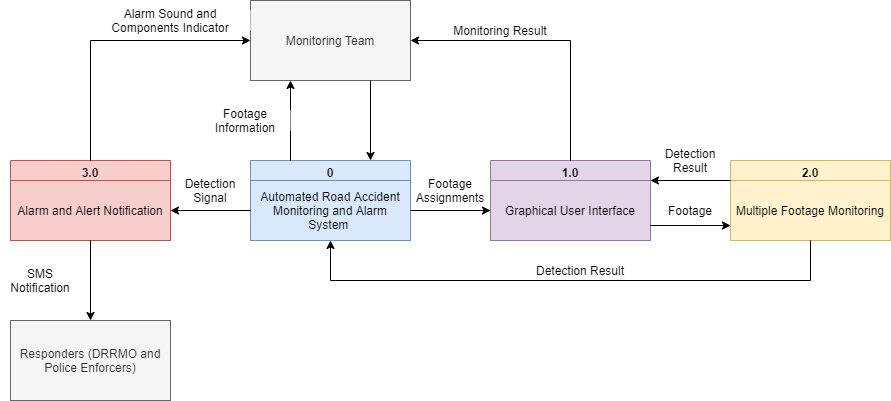
Before: DrawIO/dfd-level 0.png, a diagram exported from draw.io (russellcaragay/PD-Files). Source tidied: cells renumbered, new cells last; positions are measured from the earlier drawing's top-left corner, leaving out a move shared by most shapes. The source it was exported from:
```xml
<mxGraphModel>
  <root>
    <mxCell id="0" />
    <mxCell id="1" parent="0" />
    <mxCell id="2" value="0" style="swimlane;fillColor=#dae8fc;strokeColor=#6c8ebf;" parent="1" vertex="1">
      <mxGeometry x="250" y="160" width="160" height="80" as="geometry" />
    </mxCell>
    <mxCell id="3" value="Automated Road Accident Monitoring and Alarm System&amp;nbsp;" style="text;html=1;strokeColor=#6c8ebf;fillColor=#dae8fc;align=center;verticalAlign=middle;whiteSpace=wrap;rounded=0;" parent="2" vertex="1">
      <mxGeometry y="20" width="160" height="60" as="geometry" />
    </mxCell>
    <mxCell id="4" value="Monitoring Team" style="rounded=0;whiteSpace=wrap;html=1;fillColor=#f5f5f5;strokeColor=#666666;fontColor=#333333;" parent="1" vertex="1">
      <mxGeometry x="250" width="160" height="80" as="geometry" />
    </mxCell>
    <mxCell id="5" value="1.0" style="swimlane;fillColor=#e1d5e7;strokeColor=#9673a6;" parent="1" vertex="1">
      <mxGeometry x="490" y="160" width="160" height="80" as="geometry" />
    </mxCell>
    <mxCell id="6" value="Graphical User Interface" style="text;html=1;strokeColor=#9673a6;fillColor=#e1d5e7;align=center;verticalAlign=middle;whiteSpace=wrap;rounded=0;" parent="5" vertex="1">
      <mxGeometry y="20" width="160" height="60" as="geometry" />
    </mxCell>
    <mxCell id="7" value="2.0" style="swimlane;fillColor=#fff2cc;strokeColor=#d6b656;" parent="1" vertex="1">
      <mxGeometry x="730" y="160" width="160" height="80" as="geometry" />
    </mxCell>
    <mxCell id="8" value="Multiple Footage Monitoring" style="text;html=1;strokeColor=#d6b656;fillColor=#fff2cc;align=center;verticalAlign=middle;whiteSpace=wrap;rounded=0;" parent="7" vertex="1">
      <mxGeometry y="20" width="160" height="60" as="geometry" />
    </mxCell>
    <mxCell id="9" style="endArrow=classic;html=1;entryX=0.25;entryY=1;entryDx=0;entryDy=0;exitX=0.25;exitY=0;exitDx=0;exitDy=0;" parent="1" edge="1" source="2" target="4">
      <mxGeometry relative="1" as="geometry" />
    </mxCell>
    <mxCell id="10" style="endArrow=classic;html=1;exitX=0.75;exitY=1;exitDx=0;exitDy=0;entryX=0.75;entryY=0;entryDx=0;entryDy=0;" parent="1" edge="1" source="4" target="2">
      <mxGeometry relative="1" as="geometry" />
    </mxCell>
    <mxCell id="11" value="Footage Information" style="text;html=1;strokeColor=none;align=center;verticalAlign=middle;whiteSpace=wrap;rounded=0;fillColor=#ffffff;" parent="1" vertex="1">
      <mxGeometry x="200" y="110" width="90" height="20" as="geometry" />
    </mxCell>
    <mxCell id="12" value="Footage Assignments" style="text;html=1;strokeColor=none;fillColor=none;align=center;verticalAlign=middle;whiteSpace=wrap;rounded=0;" parent="1" vertex="1">
      <mxGeometry x="410" y="180" width="80" height="20" as="geometry" />
    </mxCell>
    <mxCell id="13" value="3.0" style="swimlane;fillColor=#f8cecc;strokeColor=#b85450;" parent="1" vertex="1">
      <mxGeometry x="10" y="160" width="160" height="80" as="geometry" />
    </mxCell>
    <mxCell id="14" value="Alarm and Alert Notification" style="text;html=1;strokeColor=#b85450;fillColor=#f8cecc;align=center;verticalAlign=middle;whiteSpace=wrap;rounded=0;" parent="13" vertex="1">
      <mxGeometry y="20" width="160" height="60" as="geometry" />
    </mxCell>
    <mxCell id="15" style="endArrow=classic;html=1;entryX=1;entryY=0.5;entryDx=0;entryDy=0;exitX=0.5;exitY=0;exitDx=0;exitDy=0;rounded=0;" parent="1" edge="1" source="5" target="4">
      <mxGeometry relative="1" as="geometry">
        <Array as="points">
          <mxPoint x="570" y="40" />
        </Array>
      </mxGeometry>
    </mxCell>
    <mxCell id="16" value="Monitoring Result" style="text;html=1;strokeColor=none;fillColor=none;align=center;verticalAlign=middle;whiteSpace=wrap;rounded=0;" parent="1" vertex="1">
      <mxGeometry x="450" y="20" width="100" height="20" as="geometry" />
    </mxCell>
    <mxCell id="17" style="endArrow=classic;html=1;entryX=1;entryY=0.5;entryDx=0;entryDy=0;exitX=0;exitY=0.5;exitDx=0;exitDy=0;" parent="1" edge="1" source="3" target="14">
      <mxGeometry relative="1" as="geometry" />
    </mxCell>
    <mxCell id="18" value="Detection Signal" style="text;html=1;strokeColor=none;fillColor=none;align=center;verticalAlign=middle;whiteSpace=wrap;rounded=0;" parent="1" vertex="1">
      <mxGeometry x="190" y="180" width="40" height="20" as="geometry" />
    </mxCell>
    <mxCell id="19" style="endArrow=classic;html=1;entryX=1;entryY=0.25;entryDx=0;entryDy=0;exitX=0;exitY=0;exitDx=0;exitDy=0;" parent="1" edge="1" source="8" target="5">
      <mxGeometry relative="1" as="geometry" />
    </mxCell>
    <mxCell id="20" style="endArrow=classic;html=1;entryX=0;entryY=0.5;entryDx=0;entryDy=0;exitX=1;exitY=0.5;exitDx=0;exitDy=0;" parent="1" edge="1" source="3" target="6">
      <mxGeometry relative="1" as="geometry" />
    </mxCell>
    <mxCell id="21" style="edgeStyle=orthogonalEdgeStyle;rounded=0;orthogonalLoop=1;jettySize=auto;html=1;exitX=0.5;exitY=1;exitDx=0;exitDy=0;" parent="1" edge="1" source="12" target="12">
      <mxGeometry relative="1" as="geometry" />
    </mxCell>
    <mxCell id="22" style="endArrow=classic;html=1;entryX=0;entryY=0.75;entryDx=0;entryDy=0;exitX=1;exitY=0.75;exitDx=0;exitDy=0;" parent="1" edge="1" source="6" target="8">
      <mxGeometry relative="1" as="geometry" />
    </mxCell>
    <mxCell id="23" value="Footage" style="text;html=1;strokeColor=none;fillColor=none;align=center;verticalAlign=middle;whiteSpace=wrap;rounded=0;" parent="1" vertex="1">
      <mxGeometry x="650" y="200" width="80" height="20" as="geometry" />
    </mxCell>
    <mxCell id="24" value="Detection Result" style="text;html=1;strokeColor=none;fillColor=none;align=center;verticalAlign=middle;whiteSpace=wrap;rounded=0;" parent="1" vertex="1">
      <mxGeometry x="650" y="150" width="80" height="20" as="geometry" />
    </mxCell>
    <mxCell id="25" style="endArrow=classic;html=1;entryX=0.5;entryY=1;entryDx=0;entryDy=0;exitX=0.5;exitY=1;exitDx=0;exitDy=0;rounded=0;" parent="1" edge="1" source="8" target="3">
      <mxGeometry relative="1" as="geometry">
        <Array as="points">
          <mxPoint x="810" y="280" />
          <mxPoint x="330" y="280" />
        </Array>
      </mxGeometry>
    </mxCell>
    <mxCell id="26" value="Detection Result" style="text;html=1;strokeColor=none;fillColor=none;align=center;verticalAlign=middle;whiteSpace=wrap;rounded=0;" parent="1" vertex="1">
      <mxGeometry x="510" y="260" width="140" height="20" as="geometry" />
    </mxCell>
    <mxCell id="27" value="Responders (DRRMO and Police Enforcers)" style="rounded=0;whiteSpace=wrap;html=1;fillColor=#f5f5f5;strokeColor=#666666;fontColor=#333333;" parent="1" vertex="1">
      <mxGeometry x="10" y="320" width="160" height="80" as="geometry" />
    </mxCell>
    <mxCell id="28" value="Alarm Sound and Components Indicator" style="text;html=1;strokeColor=none;align=center;verticalAlign=middle;whiteSpace=wrap;rounded=0;fillColor=#ffffff;" parent="1" vertex="1">
      <mxGeometry x="90" y="10" width="160" height="20" as="geometry" />
    </mxCell>
    <mxCell id="29" style="edgeStyle=orthogonalEdgeStyle;rounded=0;jettySize=auto;html=1;" parent="1" edge="1" source="14" target="27">
      <mxGeometry relative="1" as="geometry" />
    </mxCell>
    <mxCell id="30" style="endArrow=classic;html=1;entryX=0;entryY=0.5;entryDx=0;entryDy=0;exitX=0.5;exitY=0;exitDx=0;exitDy=0;rounded=0;" parent="1" edge="1" source="13" target="4">
      <mxGeometry relative="1" as="geometry">
        <Array as="points">
          <mxPoint x="90" y="40" />
        </Array>
      </mxGeometry>
    </mxCell>
    <mxCell id="31" value="SMS Notification" style="text;html=1;strokeColor=none;align=center;verticalAlign=middle;whiteSpace=wrap;rounded=0;fillColor=#ffffff;" parent="1" vertex="1">
      <mxGeometry y="270" width="80" height="20" as="geometry" />
    </mxCell>
  </root>
</mxGraphModel>
```
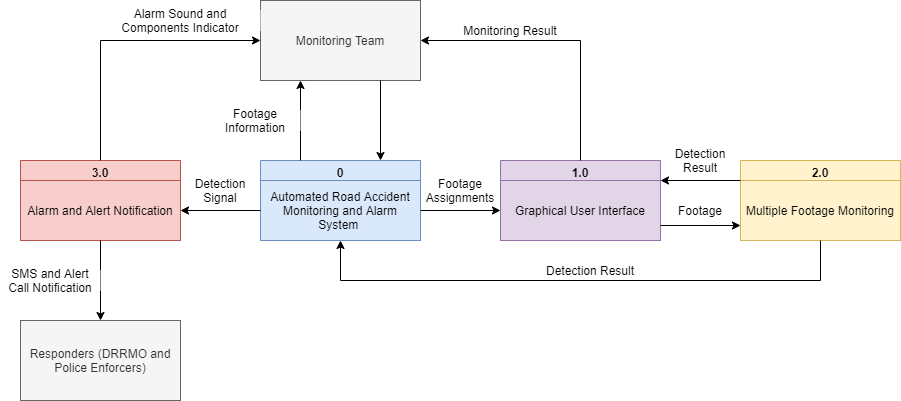
Above is the later version.

What changed in the source:
```diff
@@ -102,8 +102,8 @@
         </Array>
       </mxGeometry>
     </mxCell>
-    <mxCell id="31" value="SMS Notification" style="text;html=1;strokeColor=none;align=center;verticalAlign=middle;whiteSpace=wrap;rounded=0;fillColor=#ffffff;" parent="1" vertex="1">
-      <mxGeometry y="270" width="80" height="20" as="geometry" />
+    <mxCell id="31" value="SMS and Alert Call Notification" style="text;html=1;strokeColor=none;align=center;verticalAlign=middle;whiteSpace=wrap;rounded=0;fillColor=#ffffff;" parent="1" vertex="1">
+      <mxGeometry x="-10" y="270" width="100" height="20" as="geometry" />
     </mxCell>
   </root>
 </mxGraphModel>
```
